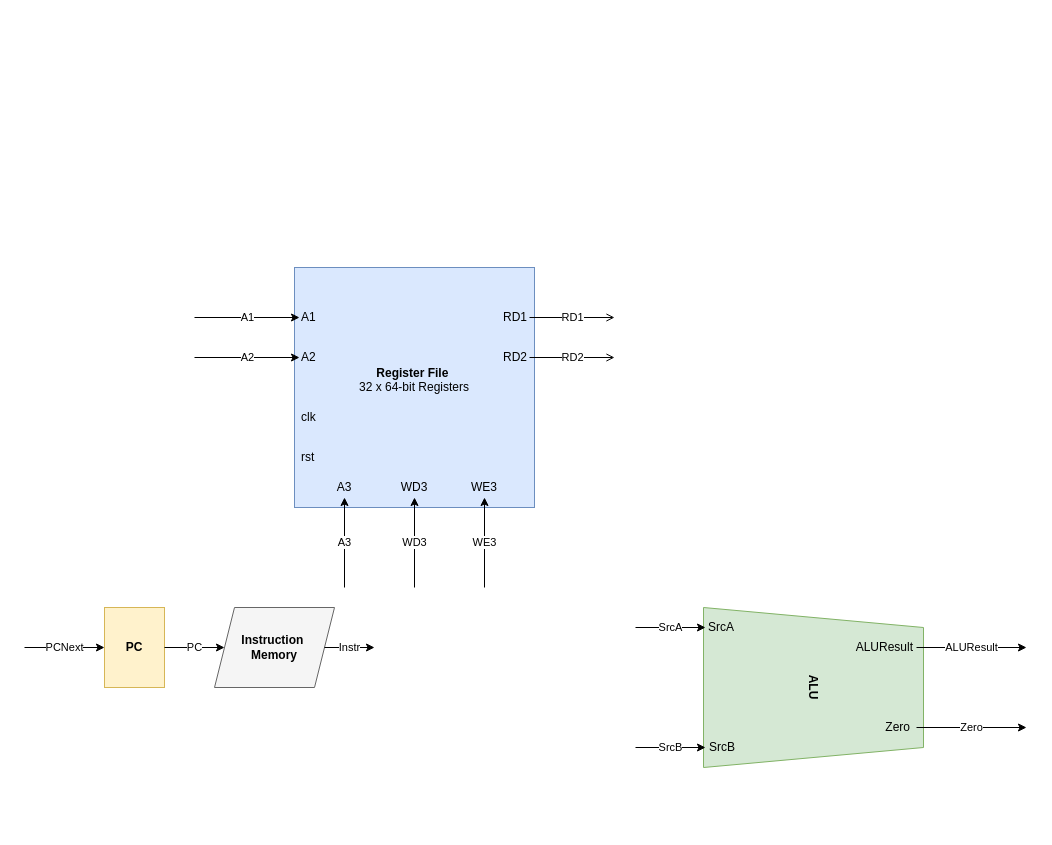
The draw.io diagram docs/architechture.drawio in abdullah123ch/RV64I-Zba-Pipelined-RISC-V-Processor, before the edit. Source tidied: cells renumbered, new cells numbered last; positions are measured from the earlier drawing's top-left corner, leaving out a move shared by most shapes. Both pictures are drawn from the tidied source at 100%, with x=0, y=0 at pixel (24, 267).
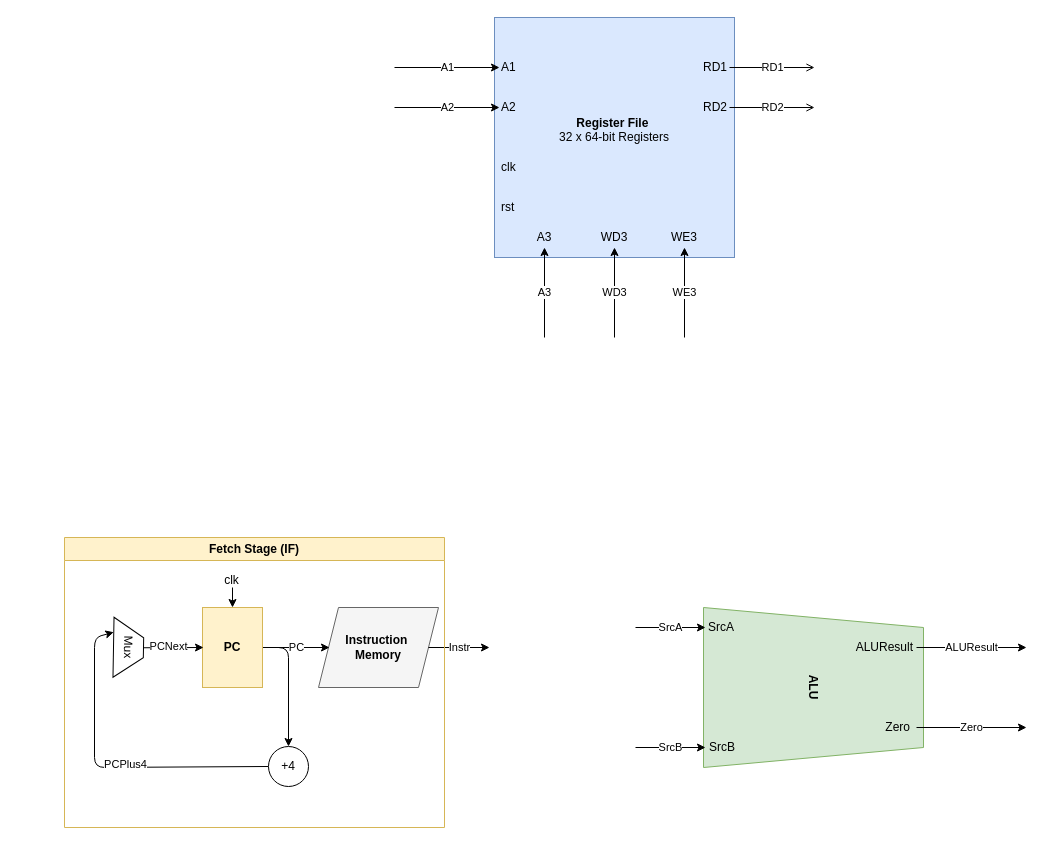
The same page after the edit.

Commit message:
fetch stage update design

The edit, as a diff of the source:
```diff
@@
     <mxCell id="12" style="group;" parent="1" vertex="1">
-      <mxGeometry x="170" width="420" height="320" as="geometry" />
+      <mxGeometry x="370" y="-250" width="420" height="480" as="geometry" />
     </mxCell>
@@
+    <mxCell id="35" style="edgeStyle=none;html=1;exitX=1;exitY=0.5;exitDx=0;exitDy=0;entryX=0.5;entryY=0;entryDx=0;entryDy=0;" parent="1" edge="1" source="30" target="40">
+      <mxGeometry relative="1" as="geometry">
+        <Array as="points">
+          <mxPoint x="264" y="380" />
+        </Array>
+      </mxGeometry>
+    </mxCell>
+    <mxCell id="36" style="edgeStyle=none;html=1;" parent="1" edge="1" target="30">
+      <mxGeometry relative="1" as="geometry">
+        <mxPoint x="208" y="320" as="sourcePoint" />
+      </mxGeometry>
+    </mxCell>
     <mxCell id="30" value="&lt;b&gt;PC&lt;/b&gt;" style="rounded=0;whiteSpace=wrap;html=1;fillColor=#fff2cc;strokeColor=#d6b656;" parent="1" vertex="1">
-      <mxGeometry x="80" y="340" width="60" height="80" as="geometry" />
+      <mxGeometry x="178" y="340" width="60" height="80" as="geometry" />
     </mxCell>
     <mxCell id="31" value="&lt;b&gt;Instruction&amp;nbsp;&lt;/b&gt;&lt;div&gt;&lt;b&gt;Memory&lt;/b&gt;&lt;br&gt;&lt;/div&gt;" style="shape=parallelogram;perimeter=parallelogramPerimeter;whiteSpace=wrap;html=1;fixedSize=1;fillColor=#f5f5f5;strokeColor=#666666;" parent="1" vertex="1">
-      <mxGeometry x="190" y="340" width="120" height="80" as="geometry" />
+      <mxGeometry x="294" y="340" width="120" height="80" as="geometry" />
     </mxCell>
-    <mxCell id="32" value="PCNext" style="endArrow=classic;html=1;entryX=0;entryY=0.5;entryDx=0;entryDy=0;" parent="1" edge="1" target="30">
-      <mxGeometry relative="1" as="geometry">
-        <mxPoint y="380" as="sourcePoint" />
-      </mxGeometry>
-    </mxCell>
-    <mxCell id="33" value="PC" style="endArrow=classic;html=1;exitX=1;exitY=0.5;exitDx=0;exitDy=0;entryX=0;entryY=0.5;entryDx=0;entryDy=0;" parent="1" edge="1" source="30" target="31">
-      <mxGeometry relative="1" as="geometry" />
+    <mxCell id="33" value="PC" style="endArrow=classic;html=1;exitX=1;exitY=0.5;exitDx=0;exitDy=0;entryX=0;entryY=0.5;entryDx=0;entryDy=0;" parent="1" edge="1">
+      <mxGeometry relative="1" as="geometry">
+        <mxPoint x="239" y="380" as="sourcePoint" />
+        <mxPoint x="305" y="380" as="targetPoint" />
+      </mxGeometry>
     </mxCell>
     <mxCell id="34" value="Instr" style="endArrow=classic;html=1;exitX=1;exitY=0.5;exitDx=0;exitDy=0;" parent="1" edge="1" source="31">
       <mxGeometry relative="1" as="geometry">
-        <mxPoint x="350" y="380" as="targetPoint" />
+        <mxPoint x="465" y="380" as="targetPoint" />
       </mxGeometry>
     </mxCell>
+    <mxCell id="37" value="&lt;b&gt;Fetch Stage (IF)&lt;/b&gt;" style="swimlane;whiteSpace=wrap;html=1;fillColor=#fff2cc;strokeColor=#d6b656;" parent="1" vertex="1">
+      <mxGeometry x="40" y="270" width="380" height="290" as="geometry" />
+    </mxCell>
+    <mxCell id="38" style="edgeStyle=none;html=1;exitX=0;exitY=0.5;exitDx=0;exitDy=0;entryX=0.25;entryY=1;entryDx=0;entryDy=0;" parent="37" edge="1" source="40" target="41">
+      <mxGeometry relative="1" as="geometry">
+        <Array as="points">
+          <mxPoint x="30" y="230" />
+          <mxPoint x="30" y="100" />
+        </Array>
+      </mxGeometry>
+    </mxCell>
+    <mxCell id="39" value="PCPlus4" style="edgeLabel;html=1;align=center;verticalAlign=middle;" parent="38" vertex="1">
+      <mxGeometry x="-0.12" y="-3" relative="1" as="geometry" />
+    </mxCell>
+    <mxCell id="40" value="+4" style="ellipse;whiteSpace=wrap;html=1;" parent="37" vertex="1">
+      <mxGeometry x="204" y="209" width="40" height="40" as="geometry" />
+    </mxCell>
+    <mxCell id="41" value="Mux" style="shape=trapezoid;perimeter=trapezoidPerimeter;whiteSpace=wrap;html=1;fixedSize=1;rotation=91;" parent="37" vertex="1">
+      <mxGeometry x="34" y="95" width="60" height="30" as="geometry" />
+    </mxCell>
+    <mxCell id="42" style="edgeStyle=none;html=1;exitX=0.5;exitY=0;exitDx=0;exitDy=0;" parent="1" edge="1" source="41">
+      <mxGeometry relative="1" as="geometry">
+        <mxPoint x="179" y="380" as="targetPoint" />
+      </mxGeometry>
+    </mxCell>
+    <mxCell id="32" value="PCNext" style="edgeLabel;html=1;align=center;verticalAlign=middle;" parent="42" vertex="1">
+      <mxGeometry x="-0.38" y="2" relative="1" as="geometry">
+        <mxPoint x="6" as="offset" />
+      </mxGeometry>
+    </mxCell>
+    <mxCell id="43" value="clk" style="text;html=1;align=center;verticalAlign=middle;strokeColor=none;fillColor=none;" parent="1" vertex="1">
+      <mxGeometry x="187" y="298" width="40" height="30" as="geometry" />
+    </mxCell>
```
